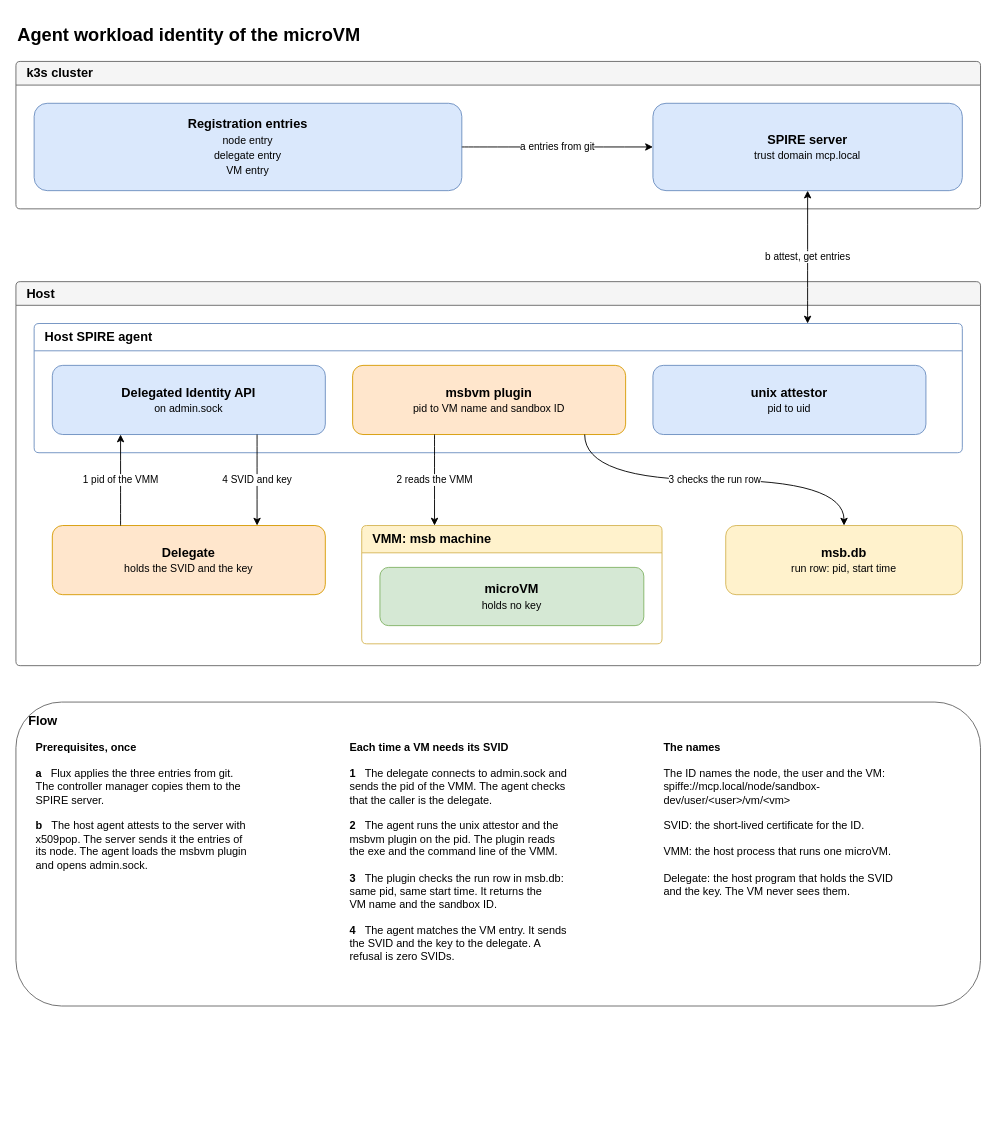
The draw.io diagram code/agent-workload-identity/docs/diagrams/agent-workload-identity.drawio in raghav19/engineersdaybook, before the edit. Source tidied: cells renumbered, new cells numbered last; positions are measured from the earlier drawing's top-left corner, leaving out a move shared by most shapes. Both pictures are drawn from the tidied source at 91%, with x=0, y=0 at pixel (15, 15).
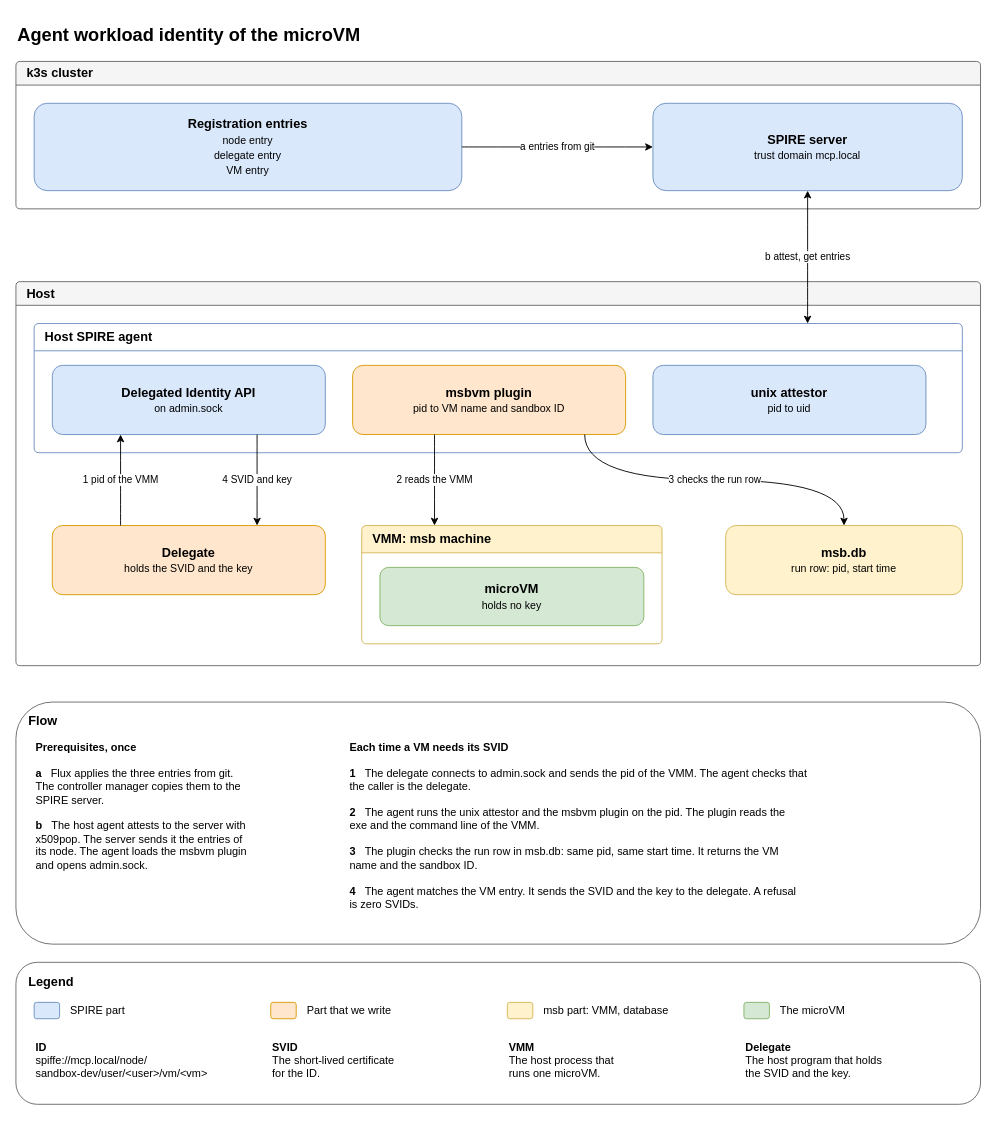
Above is the later version.

Commit message (it also covers changes not shown here):
docs: add a legend to the agent workload identity diagram

Diff of the diagram source:
```diff
@@
     <mxCell id="21" value="&lt;b&gt;Flow&lt;/b&gt;" style="rounded=1;whiteSpace=wrap;html=1;fontSize=14;align=left;verticalAlign=top;spacingLeft=12;spacingTop=6;fillColor=#ffffff;strokeColor=#666666;" parent="1" vertex="1">
-      <mxGeometry y="754" width="1060" height="334" as="geometry" />
+      <mxGeometry y="754" width="1060" height="266" as="geometry" />
     </mxCell>
     <mxCell id="22" value="&lt;b&gt;Prerequisites, once&lt;/b&gt;&lt;br&gt;&lt;br&gt;&lt;b&gt;a&lt;/b&gt;&amp;nbsp;&amp;nbsp;&amp;nbsp;Flux applies the three entries from git.&lt;br&gt;The controller manager copies them to the&lt;br&gt;SPIRE server.&lt;br&gt;&lt;br&gt;&lt;b&gt;b&lt;/b&gt;&amp;nbsp;&amp;nbsp;&amp;nbsp;The host agent attests to the server with&lt;br&gt;x509pop. The server sends it the entries of&lt;br&gt;its node. The agent loads the msbvm plugin&lt;br&gt;and opens admin.sock.&lt;br&gt;&lt;br&gt;" style="text;html=1;whiteSpace=wrap;align=left;verticalAlign=top;fontSize=12;" parent="1" vertex="1">
-      <mxGeometry x="20" y="790" width="320" height="288" as="geometry" />
+      <mxGeometry x="20" y="790" width="320" height="220" as="geometry" />
     </mxCell>
-    <mxCell id="23" value="&lt;b&gt;Each time a VM needs its SVID&lt;/b&gt;&lt;br&gt;&lt;br&gt;&lt;b&gt;1&lt;/b&gt;&amp;nbsp;&amp;nbsp;&amp;nbsp;The delegate connects to admin.sock and&lt;br&gt;sends the pid of the VMM. The agent checks&lt;br&gt;that the caller is the delegate.&lt;br&gt;&lt;br&gt;&lt;b&gt;2&lt;/b&gt;&amp;nbsp;&amp;nbsp;&amp;nbsp;The agent runs the unix attestor and the&lt;br&gt;msbvm plugin on the pid. The plugin reads&lt;br&gt;the exe and the command line of the VMM.&lt;br&gt;&lt;br&gt;&lt;b&gt;3&lt;/b&gt;&amp;nbsp;&amp;nbsp;&amp;nbsp;The plugin checks the run row in msb.db:&lt;br&gt;same pid, same start time. It returns the&lt;br&gt;VM name and the sandbox ID.&lt;br&gt;&lt;br&gt;&lt;b&gt;4&lt;/b&gt;&amp;nbsp;&amp;nbsp;&amp;nbsp;The agent matches the VM entry. It sends&lt;br&gt;the SVID and the key to the delegate. A&lt;br&gt;refusal is zero SVIDs.&lt;br&gt;&lt;br&gt;" style="text;html=1;whiteSpace=wrap;align=left;verticalAlign=top;fontSize=12;" parent="1" vertex="1">
-      <mxGeometry x="365" y="790" width="320" height="288" as="geometry" />
+    <mxCell id="23" value="&lt;b&gt;Each time a VM needs its SVID&lt;/b&gt;&lt;br&gt;&lt;br&gt;&lt;b&gt;1&lt;/b&gt;&amp;nbsp;&amp;nbsp;&amp;nbsp;The delegate connects to admin.sock and sends the pid of the VMM. The agent checks that&lt;br&gt;the caller is the delegate.&lt;br&gt;&lt;br&gt;&lt;b&gt;2&lt;/b&gt;&amp;nbsp;&amp;nbsp;&amp;nbsp;The agent runs the unix attestor and the msbvm plugin on the pid. The plugin reads the&lt;br&gt;exe and the command line of the VMM.&lt;br&gt;&lt;br&gt;&lt;b&gt;3&lt;/b&gt;&amp;nbsp;&amp;nbsp;&amp;nbsp;The plugin checks the run row in msb.db: same pid, same start time. It returns the VM&lt;br&gt;name and the sandbox ID.&lt;br&gt;&lt;br&gt;&lt;b&gt;4&lt;/b&gt;&amp;nbsp;&amp;nbsp;&amp;nbsp;The agent matches the VM entry. It sends the SVID and the key to the delegate. A refusal&lt;br&gt;is zero SVIDs.&lt;br&gt;&lt;br&gt;" style="text;html=1;whiteSpace=wrap;align=left;verticalAlign=top;fontSize=12;" parent="1" vertex="1">
+      <mxGeometry x="365" y="790" width="640" height="220" as="geometry" />
     </mxCell>
-    <mxCell id="24" value="&lt;b&gt;The names&lt;/b&gt;&lt;br&gt;&lt;br&gt;The ID names the node, the user and the VM:&lt;br&gt;spiffe://mcp.local/node/sandbox-&lt;br&gt;dev/user/&amp;lt;user&amp;gt;/vm/&amp;lt;vm&amp;gt;&lt;br&gt;&lt;br&gt;SVID: the short-lived certificate for the ID.&lt;br&gt;&lt;br&gt;VMM: the host process that runs one microVM.&lt;br&gt;&lt;br&gt;Delegate: the host program that holds the SVID&lt;br&gt;and the key. The VM never sees them.&lt;br&gt;&lt;br&gt;" style="text;html=1;whiteSpace=wrap;align=left;verticalAlign=top;fontSize=12;" parent="1" vertex="1">
-      <mxGeometry x="710" y="790" width="320" height="288" as="geometry" />
-    </mxCell>
+    <mxCell id="25" value="&lt;b&gt;Legend&lt;/b&gt;" style="rounded=1;whiteSpace=wrap;html=1;fontSize=14;align=left;verticalAlign=top;spacingLeft=12;spacingTop=6;fillColor=#ffffff;strokeColor=#666666;" parent="1" vertex="1">
+      <mxGeometry y="1040" width="1060" height="156" as="geometry" />
+    </mxCell>
+    <mxCell id="26" style="rounded=1;whiteSpace=wrap;html=1;fillColor=#dae8fc;strokeColor=#6c8ebf;" parent="1" vertex="1">
+      <mxGeometry x="20" y="1084" width="28" height="18" as="geometry" />
+    </mxCell>
+    <mxCell id="27" value="SPIRE part" style="text;html=1;align=left;verticalAlign=middle;fontSize=12;" parent="1" vertex="1">
+      <mxGeometry x="58" y="1082" width="200" height="22" as="geometry" />
+    </mxCell>
+    <mxCell id="28" style="rounded=1;whiteSpace=wrap;html=1;fillColor=#ffe6cc;strokeColor=#d79b00;" parent="1" vertex="1">
+      <mxGeometry x="280" y="1084" width="28" height="18" as="geometry" />
+    </mxCell>
+    <mxCell id="29" value="Part that we write" style="text;html=1;align=left;verticalAlign=middle;fontSize=12;" parent="1" vertex="1">
+      <mxGeometry x="318" y="1082" width="200" height="22" as="geometry" />
+    </mxCell>
+    <mxCell id="30" style="rounded=1;whiteSpace=wrap;html=1;fillColor=#fff2cc;strokeColor=#d6b656;" parent="1" vertex="1">
+      <mxGeometry x="540" y="1084" width="28" height="18" as="geometry" />
+    </mxCell>
+    <mxCell id="31" value="msb part: VMM, database" style="text;html=1;align=left;verticalAlign=middle;fontSize=12;" parent="1" vertex="1">
+      <mxGeometry x="578" y="1082" width="200" height="22" as="geometry" />
+    </mxCell>
+    <mxCell id="32" style="rounded=1;whiteSpace=wrap;html=1;fillColor=#d5e8d4;strokeColor=#82b366;" parent="1" vertex="1">
+      <mxGeometry x="800" y="1084" width="28" height="18" as="geometry" />
+    </mxCell>
+    <mxCell id="33" value="The microVM" style="text;html=1;align=left;verticalAlign=middle;fontSize=12;" parent="1" vertex="1">
+      <mxGeometry x="838" y="1082" width="200" height="22" as="geometry" />
+    </mxCell>
+    <mxCell id="34" value="&lt;b&gt;ID&lt;/b&gt;&lt;br&gt;spiffe://mcp.local/node/&lt;br&gt;sandbox-dev/user/&amp;lt;user&amp;gt;/vm/&amp;lt;vm&amp;gt;" style="text;html=1;whiteSpace=wrap;align=left;verticalAlign=top;fontSize=12;" parent="1" vertex="1">
+      <mxGeometry x="20" y="1120" width="240" height="80" as="geometry" />
+    </mxCell>
+    <mxCell id="35" value="&lt;b&gt;SVID&lt;/b&gt;&lt;br&gt;The short-lived certificate&lt;br&gt;for the ID." style="text;html=1;whiteSpace=wrap;align=left;verticalAlign=top;fontSize=12;" parent="1" vertex="1">
+      <mxGeometry x="280" y="1120" width="240" height="80" as="geometry" />
+    </mxCell>
+    <mxCell id="36" value="&lt;b&gt;VMM&lt;/b&gt;&lt;br&gt;The host process that&lt;br&gt;runs one microVM." style="text;html=1;whiteSpace=wrap;align=left;verticalAlign=top;fontSize=12;" parent="1" vertex="1">
+      <mxGeometry x="540" y="1120" width="240" height="80" as="geometry" />
+    </mxCell>
+    <mxCell id="37" value="&lt;b&gt;Delegate&lt;/b&gt;&lt;br&gt;The host program that holds&lt;br&gt;the SVID and the key." style="text;html=1;whiteSpace=wrap;align=left;verticalAlign=top;fontSize=12;" parent="1" vertex="1">
+      <mxGeometry x="800" y="1120" width="240" height="80" as="geometry" />
+    </mxCell>
```
